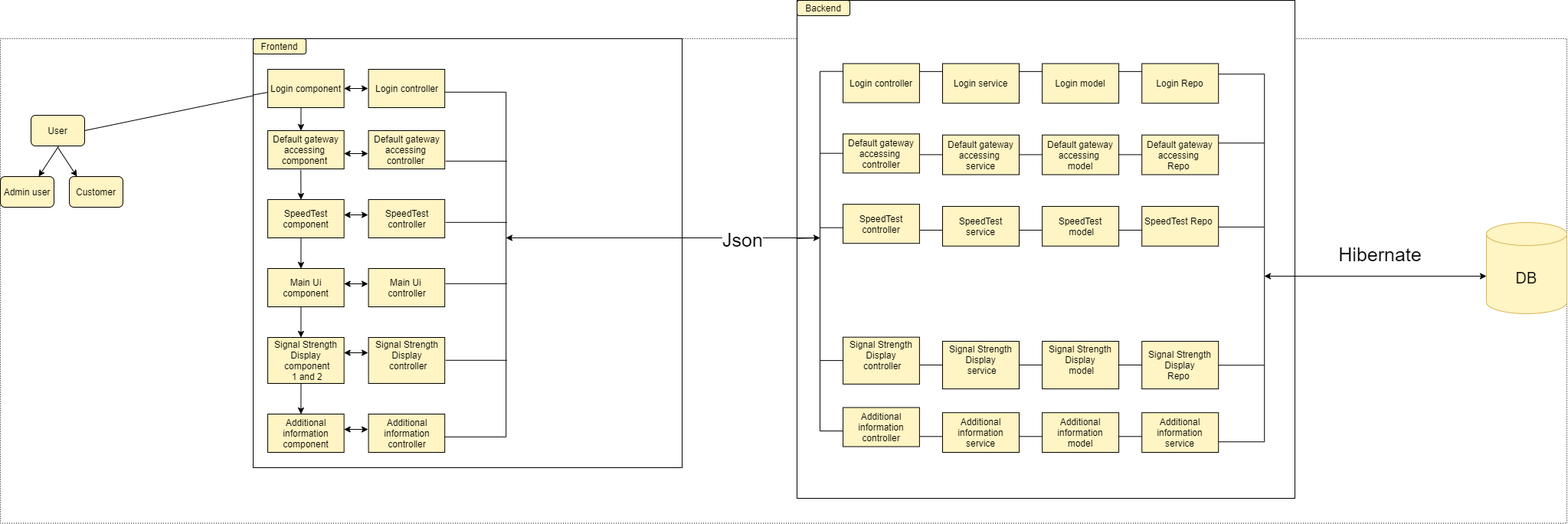
This is Untitled Diagram.png from Chamithfernando/Signal-Monitoring-Application, a draw.io export, as it was before one commit. Source tidied: cells renumbered, new cells last; positions are measured from the earlier drawing's top-left corner, leaving out a move shared by most shapes.
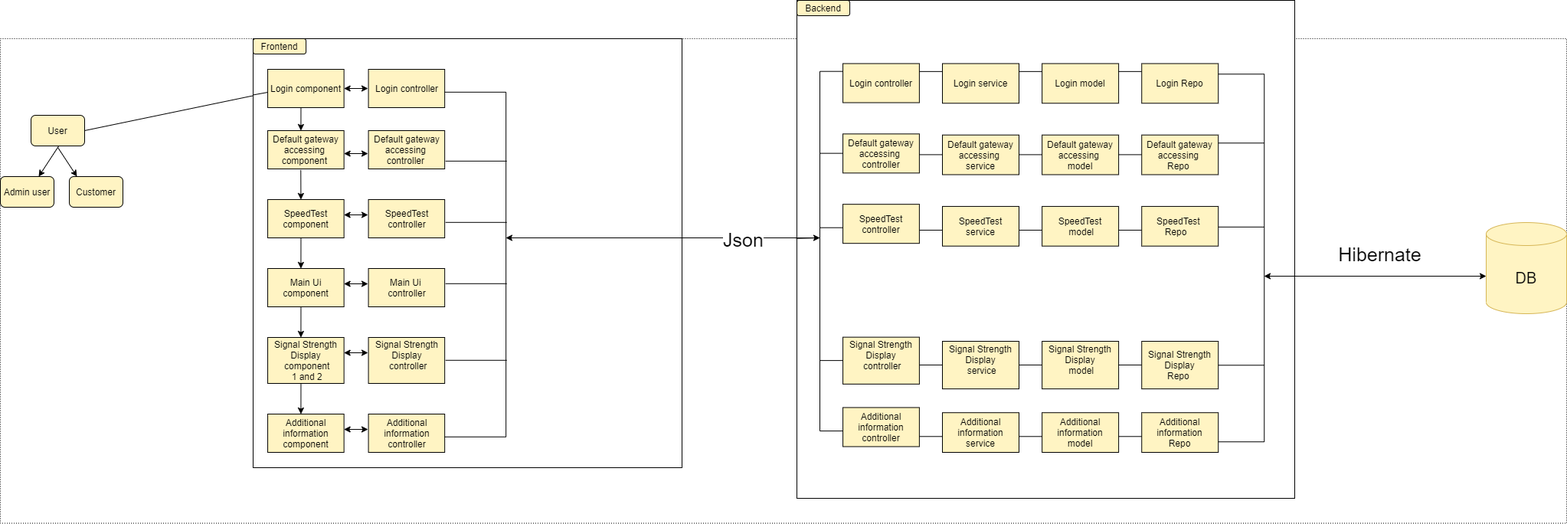
The same file after the commit.

Change to the diagram source:
```diff
@@ -461,13 +461,13 @@
     <mxCell id="107" value="Default gateway accessing&amp;nbsp;&lt;br&gt;Repo&amp;nbsp;" style="rounded=0;whiteSpace=wrap;html=1;fillColor=#FFF4C3;gradientColor=none;" parent="105" vertex="1">
       <mxGeometry x="30.1" y="93.2" width="100" height="51.8" as="geometry" />
     </mxCell>
-    <mxCell id="108" value="SpeedTest Repo&amp;nbsp; &amp;nbsp;" style="rounded=0;whiteSpace=wrap;html=1;fillColor=#FFF4C3;gradientColor=none;" parent="105" vertex="1">
+    <mxCell id="108" value="SpeedTest &lt;br&gt;Repo&amp;nbsp; &amp;nbsp;" style="rounded=0;whiteSpace=wrap;html=1;fillColor=#FFF4C3;gradientColor=none;" parent="105" vertex="1">
       <mxGeometry x="30.1" y="186.4" width="100" height="51.8" as="geometry" />
     </mxCell>
     <mxCell id="109" value="Signal Strength Display&lt;br&gt;Repo&amp;nbsp;" style="rounded=0;whiteSpace=wrap;html=1;fillColor=#FFF4C3;gradientColor=none;" parent="105" vertex="1">
       <mxGeometry x="30.1" y="362.5" width="100" height="62.1" as="geometry" />
     </mxCell>
-    <mxCell id="110" value="Additional information&lt;br&gt;service" style="rounded=0;whiteSpace=wrap;html=1;fillColor=#FFF4C3;gradientColor=none;" parent="105" vertex="1">
+    <mxCell id="110" value="Additional information&lt;br&gt;Repo" style="rounded=0;whiteSpace=wrap;html=1;fillColor=#FFF4C3;gradientColor=none;" parent="105" vertex="1">
       <mxGeometry x="30.1" y="455.7" width="100" height="51.8" as="geometry" />
     </mxCell>
     <mxCell id="111" style="endArrow=none;html=1;" parent="105" edge="1">
```
